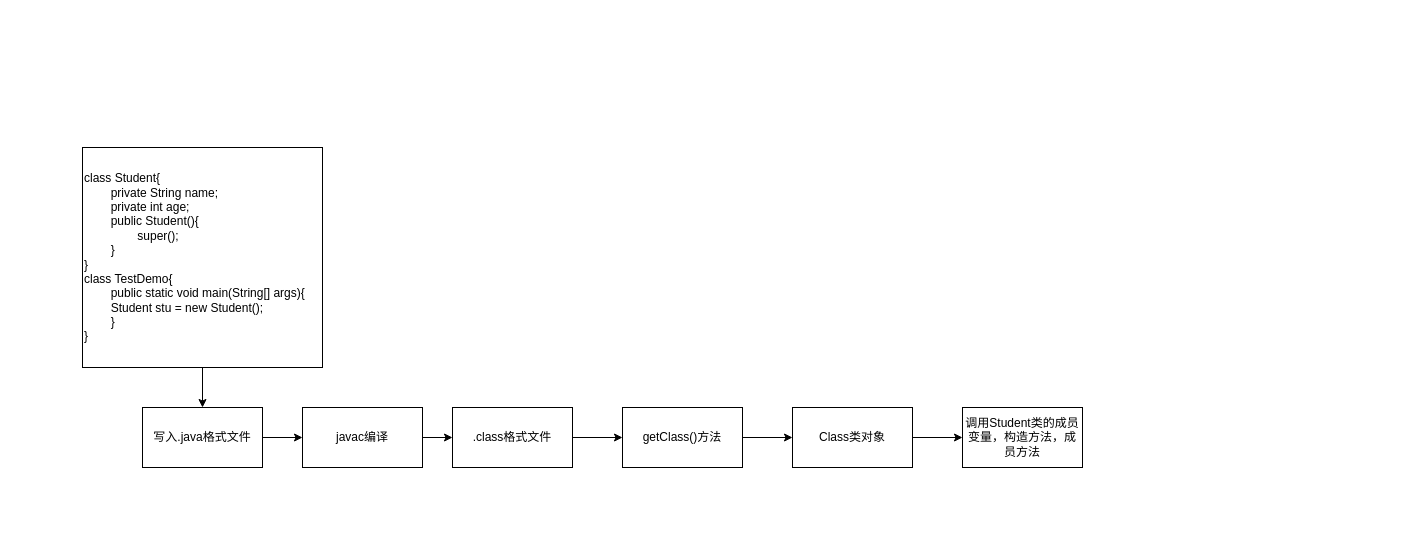
The draw.io diagram photo/反射原理.drawio in irelandpenguin/default, before the edit. Source tidied: cells renumbered, new cells numbered last; positions are measured from the earlier drawing's top-left corner, leaving out a move shared by most shapes. Both pictures are drawn from the tidied source at 100%, with x=0, y=0 at pixel (82, 147).
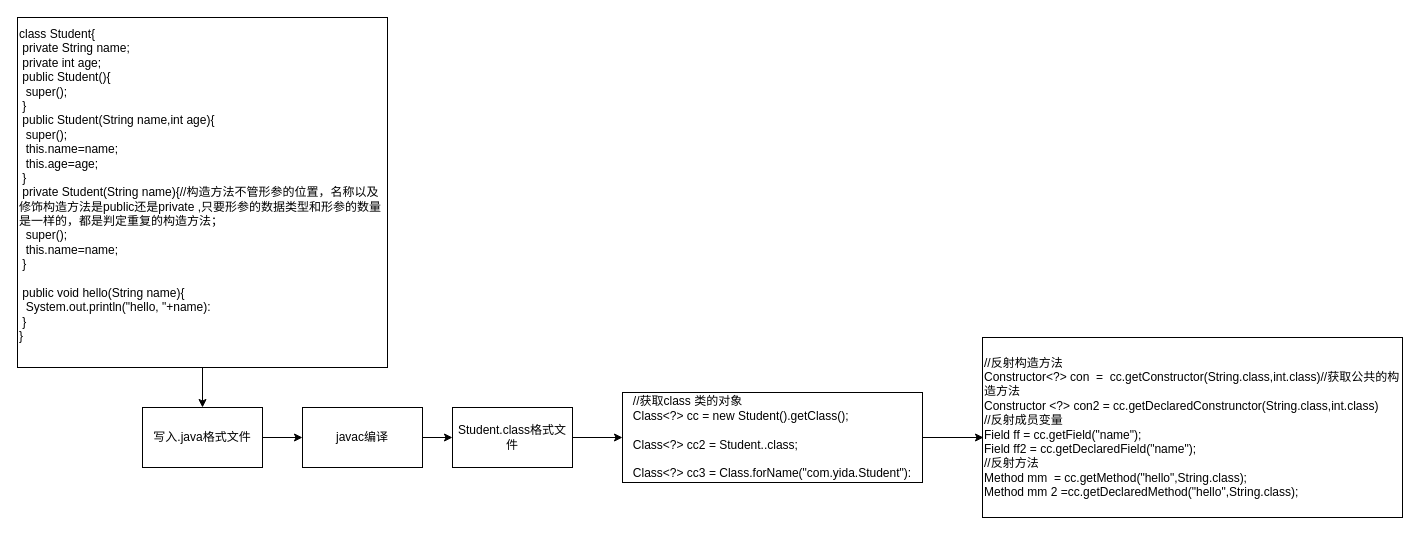
The same page after the edit.

Diff of the diagram source:
```diff
@@
 <mxGraphModel>
   <root>
     <mxCell id="0" />
     <mxCell id="1" parent="0" />
     <mxCell id="2" style="edgeStyle=orthogonalEdgeStyle;rounded=0;jettySize=auto;html=1;" parent="1" edge="1" source="3" target="5">
       <mxGeometry relative="1" as="geometry" />
     </mxCell>
-    <mxCell id="3" value="&lt;div&gt;&lt;span&gt;class Student{&lt;/span&gt;&lt;/div&gt;&lt;div&gt;&lt;span&gt;&lt;span style=&quot;white-space: pre&quot;&gt;&#9;&lt;/span&gt;private String name;&lt;/span&gt;&lt;/div&gt;&lt;div&gt;&lt;span&gt;&lt;span style=&quot;white-space: pre&quot;&gt;&#9;&lt;/span&gt;private int age;&lt;/span&gt;&lt;/div&gt;&lt;div&gt;&lt;span&gt;&lt;span style=&quot;white-space: pre&quot;&gt;&#9;&lt;/span&gt;public Student(){&lt;/span&gt;&lt;/div&gt;&lt;div&gt;&lt;span&gt;&lt;span style=&quot;white-space: pre&quot;&gt;&#9;&lt;/span&gt;&lt;span style=&quot;white-space: pre&quot;&gt;&#9;&lt;/span&gt;super();&lt;/span&gt;&lt;/div&gt;&lt;div&gt;&lt;span&gt;&lt;span style=&quot;white-space: pre&quot;&gt;&#9;&lt;/span&gt;}&lt;/span&gt;&lt;/div&gt;&lt;div&gt;&lt;span&gt;}&lt;/span&gt;&lt;/div&gt;&lt;div&gt;&lt;span&gt;class TestDemo{&lt;/span&gt;&lt;/div&gt;&lt;div&gt;&lt;span style=&quot;white-space: pre&quot;&gt;&#9;&lt;/span&gt;public static void main(String[] args){&lt;br&gt;&lt;/div&gt;&lt;div&gt;&lt;span style=&quot;white-space: pre&quot;&gt;&#9;&lt;/span&gt;Student stu = new Student();&lt;br&gt;&lt;/div&gt;&lt;div&gt;&lt;span style=&quot;white-space: pre&quot;&gt;&#9;&lt;/span&gt;}&lt;br&gt;&lt;/div&gt;&lt;div&gt;}&lt;/div&gt;" style="rounded=0;whiteSpace=wrap;html=1;align=left;" parent="1" vertex="1">
-      <mxGeometry width="240" height="220" as="geometry" />
+    <mxCell id="3" value="&lt;div&gt;&lt;span&gt;class Student{&lt;/span&gt;&lt;/div&gt;&lt;div&gt;&lt;span&gt;&lt;span style=&quot;white-space: pre&quot;&gt; &lt;/span&gt;private String name;&lt;/span&gt;&lt;/div&gt;&lt;div&gt;&lt;span&gt;&lt;span style=&quot;white-space: pre&quot;&gt; &lt;/span&gt;private int age;&lt;/span&gt;&lt;/div&gt;&lt;div&gt;&lt;span&gt;&lt;span style=&quot;white-space: pre&quot;&gt; &lt;/span&gt;public Student(){&lt;/span&gt;&lt;/div&gt;&lt;div&gt;&lt;span&gt;&lt;span style=&quot;white-space: pre&quot;&gt; &lt;/span&gt;&lt;span style=&quot;white-space: pre&quot;&gt; &lt;/span&gt;super();&lt;/span&gt;&lt;/div&gt;&lt;div&gt;&lt;span&gt;&lt;span style=&quot;white-space: pre&quot;&gt; &lt;/span&gt;}&lt;/span&gt;&lt;/div&gt;&lt;div&gt;&lt;span style=&quot;white-space: pre&quot;&gt; &lt;/span&gt;public Student(String name,int age){&lt;/div&gt;&lt;div&gt;&lt;span style=&quot;white-space: pre&quot;&gt; &lt;/span&gt;&lt;span style=&quot;white-space: pre&quot;&gt; &lt;/span&gt;super();&lt;br&gt;&lt;/div&gt;&lt;div&gt;&lt;span style=&quot;white-space: pre&quot;&gt; &lt;/span&gt;&lt;span style=&quot;white-space: pre&quot;&gt; &lt;/span&gt;this.name=name;&lt;br&gt;&lt;/div&gt;&lt;div&gt;&lt;span style=&quot;white-space: pre&quot;&gt; &lt;/span&gt;&lt;span style=&quot;white-space: pre&quot;&gt; &lt;/span&gt;this.age=age;&lt;br&gt;&lt;/div&gt;&lt;div&gt;&lt;span style=&quot;white-space: pre&quot;&gt; &lt;/span&gt;}&lt;br&gt;&lt;/div&gt;&lt;div&gt;&lt;span style=&quot;white-space: pre&quot;&gt; &lt;/span&gt;private Student(String name){//构造方法不管形参的位置，名称以及修饰构造方法是public还是private ,只要形参的数据类型和形参的数量是一样的，都是判定重复的构造方法；&lt;br&gt;&lt;span style=&quot;white-space: pre&quot;&gt; &lt;span style=&quot;white-space: pre&quot;&gt; &lt;/span&gt;s&lt;/span&gt;uper();&lt;br&gt;&lt;/div&gt;&lt;div&gt;&lt;span style=&quot;white-space: pre&quot;&gt; &lt;/span&gt;&lt;span style=&quot;white-space: pre&quot;&gt; &lt;/span&gt;this.name=name;&lt;/div&gt;&lt;div&gt;&lt;span style=&quot;white-space: pre&quot;&gt; &lt;/span&gt;}&lt;br&gt;&lt;/div&gt;&lt;div&gt;&lt;span style=&quot;white-space: pre&quot;&gt; &lt;/span&gt;&lt;br&gt;&lt;/div&gt;&lt;div&gt;&lt;span style=&quot;white-space: pre&quot;&gt; &lt;/span&gt;public void hello(String name){&lt;br&gt;&lt;/div&gt;&lt;div&gt;&lt;span style=&quot;white-space: pre&quot;&gt; &lt;/span&gt;&lt;span style=&quot;white-space: pre&quot;&gt; &lt;/span&gt;System.out.println(&quot;hello, &quot;+name):&lt;br&gt;&lt;/div&gt;&lt;div&gt;&lt;span style=&quot;white-space: pre&quot;&gt; &lt;/span&gt;}&lt;br&gt;&lt;/div&gt;&lt;div&gt;&lt;span&gt;}&lt;/span&gt;&lt;/div&gt;&lt;div&gt;&lt;br&gt;&lt;/div&gt;" style="rounded=0;whiteSpace=wrap;html=1;align=left;" parent="1" vertex="1">
+      <mxGeometry x="-65" y="-130" width="370" height="350" as="geometry" />
     </mxCell>
     <mxCell id="4" style="edgeStyle=orthogonalEdgeStyle;rounded=0;jettySize=auto;html=1;" parent="1" edge="1" source="5" target="7">
       <mxGeometry relative="1" as="geometry" />
     </mxCell>
     <mxCell id="5" value="写入.java格式文件" style="rounded=0;whiteSpace=wrap;html=1;" parent="1" vertex="1">
       <mxGeometry x="60" y="260" width="120" height="60" as="geometry" />
     </mxCell>
     <mxCell id="6" style="edgeStyle=orthogonalEdgeStyle;rounded=0;jettySize=auto;html=1;" parent="1" edge="1" source="7" target="9">
       <mxGeometry relative="1" as="geometry" />
     </mxCell>
     <mxCell id="7" value="javac编译" style="rounded=0;whiteSpace=wrap;html=1;" parent="1" vertex="1">
       <mxGeometry x="220" y="260" width="120" height="60" as="geometry" />
     </mxCell>
     <mxCell id="8" style="edgeStyle=orthogonalEdgeStyle;rounded=0;jettySize=auto;html=1;" parent="1" edge="1" source="9" target="11">
       <mxGeometry relative="1" as="geometry" />
     </mxCell>
-    <mxCell id="9" value=".class格式文件" style="rounded=0;whiteSpace=wrap;html=1;" parent="1" vertex="1">
+    <mxCell id="9" value="Student.class格式文件" style="rounded=0;whiteSpace=wrap;html=1;" parent="1" vertex="1">
       <mxGeometry x="370" y="260" width="120" height="60" as="geometry" />
     </mxCell>
-    <mxCell id="10" style="edgeStyle=orthogonalEdgeStyle;rounded=0;jettySize=auto;html=1;" parent="1" edge="1" source="11" target="13">
-      <mxGeometry relative="1" as="geometry" />
-    </mxCell>
+    <mxCell id="15" style="edgeStyle=orthogonalEdgeStyle;rounded=0;jettySize=auto;html=1;" parent="1" edge="1" source="11">
+      <mxGeometry relative="1" as="geometry">
+        <mxPoint x="901" y="290" as="targetPoint" />
+      </mxGeometry>
+    </mxCell>
-    <mxCell id="11" value="getClass()方法" style="rounded=0;whiteSpace=wrap;html=1;" parent="1" vertex="1">
-      <mxGeometry x="540" y="260" width="120" height="60" as="geometry" />
+    <mxCell id="11" value="&lt;div style=&quot;text-align: left&quot;&gt;&lt;span&gt;//获取class 类的对象&lt;/span&gt;&lt;/div&gt;&lt;div style=&quot;text-align: left&quot;&gt;&lt;span&gt;Class&amp;lt;?&amp;gt; cc = new Student().getClass();&lt;/span&gt;&lt;/div&gt;&lt;div style=&quot;text-align: left&quot;&gt;&lt;br&gt;&lt;/div&gt;&lt;div style=&quot;text-align: left&quot;&gt;&lt;span&gt;Class&amp;lt;?&amp;gt; cc2 = Student..class;&lt;/span&gt;&lt;/div&gt;&lt;div style=&quot;text-align: left&quot;&gt;&lt;br&gt;&lt;/div&gt;&lt;div style=&quot;text-align: left&quot;&gt;&lt;span&gt;Class&amp;lt;?&amp;gt; cc3 = Class.forName(&quot;com.yida.Student&quot;):&lt;/span&gt;&lt;/div&gt;" style="rounded=0;whiteSpace=wrap;html=1;" parent="1" vertex="1">
+      <mxGeometry x="540" y="245" width="300" height="90" as="geometry" />
     </mxCell>
-    <mxCell id="12" style="edgeStyle=orthogonalEdgeStyle;rounded=0;jettySize=auto;html=1;" parent="1" edge="1" source="13" target="14">
-      <mxGeometry relative="1" as="geometry" />
-    </mxCell>
-    <mxCell id="13" value="Class类对象" style="rounded=0;whiteSpace=wrap;html=1;" parent="1" vertex="1">
-      <mxGeometry x="710" y="260" width="120" height="60" as="geometry" />
-    </mxCell>
-    <mxCell id="14" value="调用Student类的成员变量，构造方法，成员方法" style="rounded=0;whiteSpace=wrap;html=1;" parent="1" vertex="1">
-      <mxGeometry x="880" y="260" width="120" height="60" as="geometry" />
-    </mxCell>
+    <mxCell id="16" value="//反射构造方法&lt;br&gt;Constructor&amp;lt;?&amp;gt; con&amp;nbsp; =&amp;nbsp; cc.getConstructor(String.class,int.class)//获取公共的构造方法&lt;br&gt;Constructor &amp;lt;?&amp;gt; con2 = cc.getDeclaredConstrunctor(String.class,int.class)&lt;br&gt;//反射成员变量&lt;br&gt;Field ff = cc.getField(&quot;name&quot;);&lt;br&gt;Field ff2 = cc.getDeclaredField(&quot;name&quot;);&lt;br&gt;//反射方法&lt;br&gt;Method mm&amp;nbsp; = cc.getMethod(&quot;hello&quot;,String.class);&lt;br&gt;Method mm 2 =cc.getDeclaredMethod(&quot;hello&quot;,String.class);&lt;br&gt;" style="rounded=0;whiteSpace=wrap;html=1;align=left;" parent="1" vertex="1">
+      <mxGeometry x="900" y="190" width="420" height="180" as="geometry" />
+    </mxCell>
   </root>
 </mxGraphModel>
```
